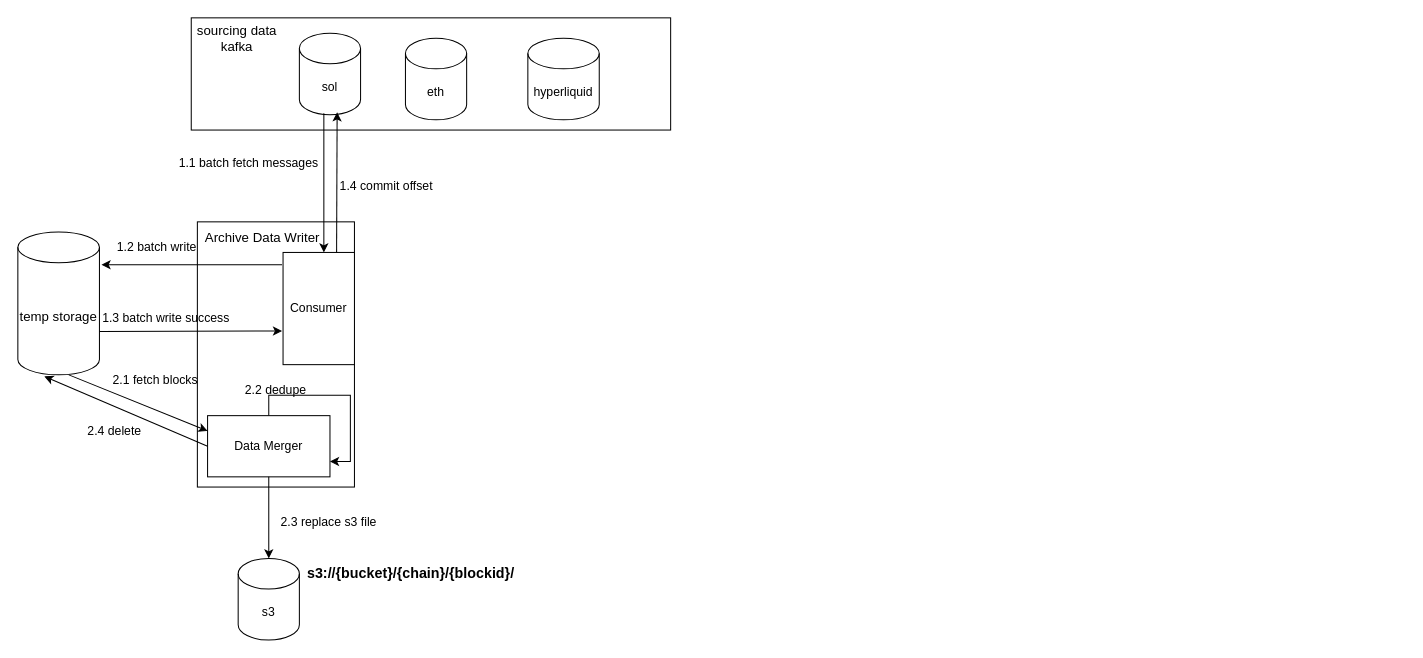
sy6765856/3DView keeps this draw.io diagram as archive-data-writer.drawio. Above is the earlier version. Source tidied: cells renumbered, new cells numbered last; positions are measured from the earlier drawing's top-left corner, leaving out a move shared by most shapes. Both pictures are drawn from the tidied source at 102%, with x=0, y=0 at pixel (17, 17).
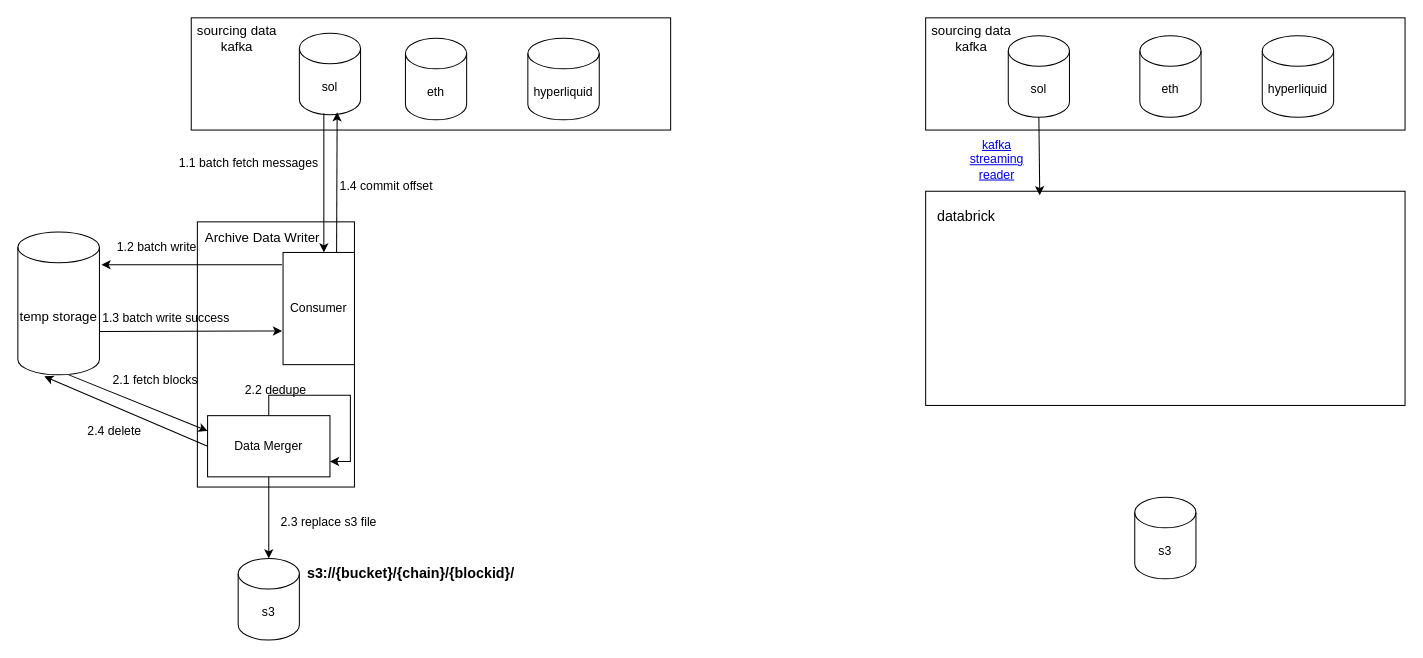
After the change.

Diff of the diagram source:
```diff
@@
+    <mxCell id="30" style="rounded=0;whiteSpace=wrap;html=1;" parent="1" vertex="1">
+      <mxGeometry x="890" width="470" height="110" as="geometry" />
+    </mxCell>
+    <mxCell id="31" value="sol" style="shape=cylinder3;whiteSpace=wrap;html=1;boundedLbl=1;backgroundOutline=1;size=15;" parent="1" vertex="1">
+      <mxGeometry x="971" y="17.5" width="60" height="80" as="geometry" />
+    </mxCell>
+    <mxCell id="32" value="eth" style="shape=cylinder3;whiteSpace=wrap;html=1;boundedLbl=1;backgroundOutline=1;size=15;" parent="1" vertex="1">
+      <mxGeometry x="1100" y="17.5" width="60" height="80" as="geometry" />
+    </mxCell>
+    <mxCell id="33" value="hyperliquid" style="shape=cylinder3;whiteSpace=wrap;html=1;boundedLbl=1;backgroundOutline=1;size=15;" parent="1" vertex="1">
+      <mxGeometry x="1220" y="17.5" width="70" height="80" as="geometry" />
+    </mxCell>
+    <mxCell id="34" value="&lt;font style=&quot;font-size: 13px;&quot;&gt;sourcing data kafka&lt;/font&gt;" style="text;html=1;align=center;verticalAlign=middle;whiteSpace=wrap;rounded=0;" parent="1" vertex="1">
+      <mxGeometry x="890" width="90" height="40" as="geometry" />
+    </mxCell>
+    <mxCell id="35" style="rounded=0;whiteSpace=wrap;html=1;" parent="1" vertex="1">
+      <mxGeometry x="890" y="170" width="470" height="210" as="geometry" />
+    </mxCell>
+    <mxCell id="36" value="&lt;font style=&quot;font-size: 14px;&quot;&gt;databrick&lt;/font&gt;" style="text;html=1;align=center;verticalAlign=middle;whiteSpace=wrap;rounded=0;" parent="1" vertex="1">
+      <mxGeometry x="900" y="180" width="60" height="30" as="geometry" />
+    </mxCell>
+    <mxCell id="37" value="s3" style="shape=cylinder3;whiteSpace=wrap;html=1;boundedLbl=1;backgroundOutline=1;size=15;" parent="1" vertex="1">
+      <mxGeometry x="1095" y="470" width="60" height="80" as="geometry" />
+    </mxCell>
+    <mxCell id="38" style="endArrow=classic;html=1;rounded=0;exitX=0.5;exitY=1;exitDx=0;exitDy=0;exitPerimeter=0;entryX=0.238;entryY=0.019;entryDx=0;entryDy=0;entryPerimeter=0;" parent="1" edge="1" source="31" target="35">
+      <mxGeometry relative="1" as="geometry" />
+    </mxCell>
+    <mxCell id="39" value="&lt;a href=&quot;https://docs.databricks.com/aws/en/connect/streaming/kafka#configure-kafka-structured-streaming-reader&quot;&gt;kafka streaming reader&lt;/a&gt;" style="text;html=1;align=center;verticalAlign=middle;whiteSpace=wrap;rounded=0;" parent="1" vertex="1">
+      <mxGeometry x="930" y="120" width="60" height="38" as="geometry" />
+    </mxCell>
```
